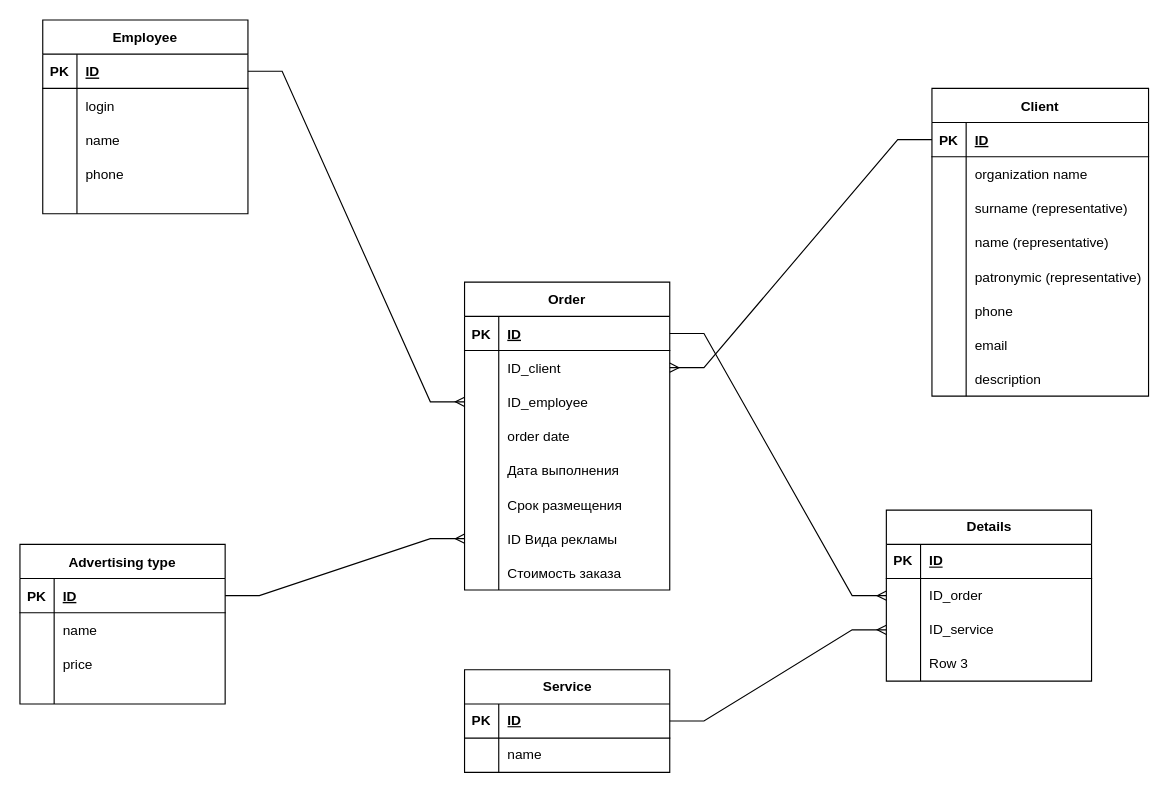
The draw.io diagram Курсовая.drawio in luckyfail777/-, before the edit. Source tidied: cells renumbered, new cells numbered last; positions are measured from the earlier drawing's top-left corner, leaving out a move shared by most shapes. Both pictures are drawn from the tidied source at 114%, with x=0, y=0 at pixel (19, 19).
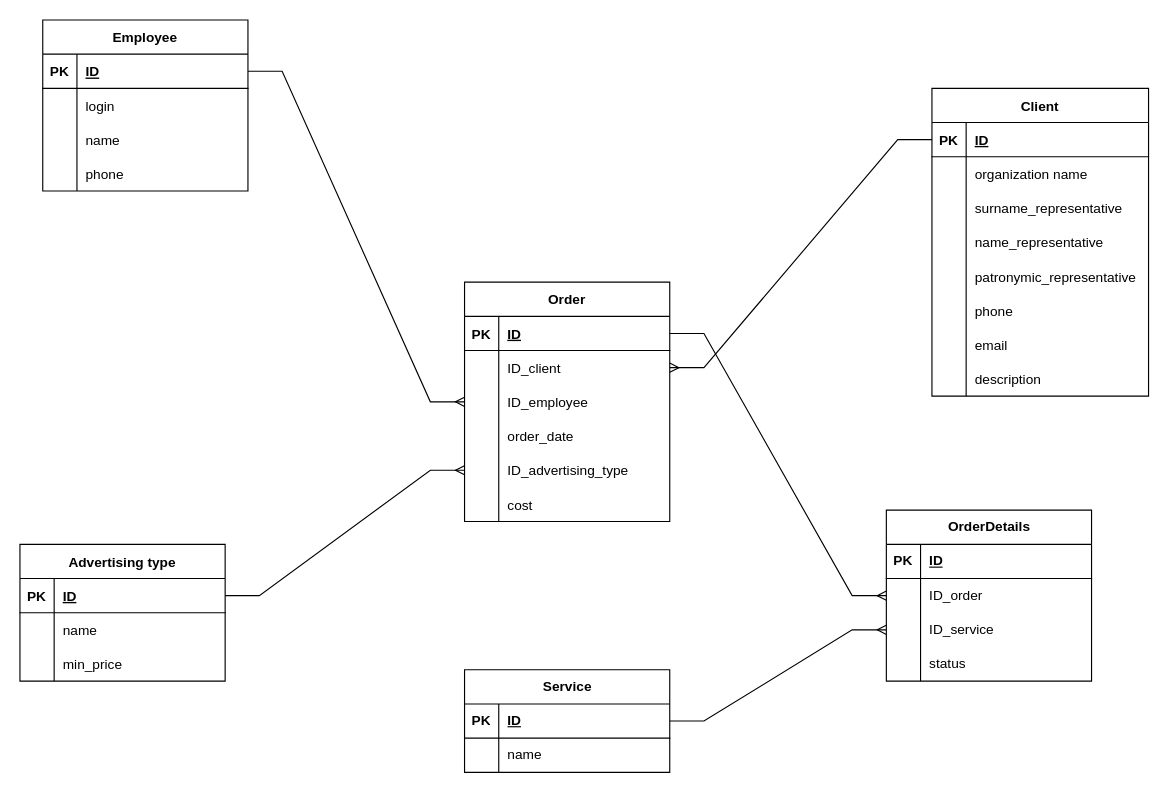
The same diagram, later.

Unchanged cells that the change refers to:
```xml
<mxCell id="25" style="shape=tableRow;horizontal=0;startSize=0;swimlaneHead=0;swimlaneBody=0;fillColor=none;top=0;left=0;right=0;bottom=0;" parent="18" vertex="1">
  <mxGeometry y="90" width="190" height="30" as="geometry" />
</mxCell>
<mxCell id="28" style="shape=tableRow;horizontal=0;startSize=0;swimlaneHead=0;swimlaneBody=0;fillColor=none;top=0;left=0;right=0;bottom=0;" parent="18" vertex="1">
  <mxGeometry y="120" width="190" height="30" as="geometry" />
</mxCell>
<mxCell id="31" style="shape=tableRow;horizontal=0;startSize=0;swimlaneHead=0;swimlaneBody=0;fillColor=none;top=0;left=0;right=0;bottom=0;" parent="18" vertex="1">
  <mxGeometry y="150" width="190" height="30" as="geometry" />
</mxCell>
<mxCell id="53" style="shape=tableRow;horizontal=0;startSize=0;swimlaneHead=0;swimlaneBody=0;fillColor=none;top=0;left=0;right=0;bottom=0;" parent="43" vertex="1">
  <mxGeometry y="120" width="180" height="30" as="geometry" />
</mxCell>
<mxCell id="75" style="shape=tableRow;horizontal=0;startSize=0;swimlaneHead=0;swimlaneBody=0;fillColor=none;top=0;left=0;right=0;bottom=0;" parent="68" vertex="1">
  <mxGeometry y="90" width="180" height="30" as="geometry" />
</mxCell>
<mxCell id="101" style="shape=tableRow;horizontal=0;startSize=0;swimlaneHead=0;swimlaneBody=0;fillColor=none;top=0;left=0;right=0;bottom=0;" parent="91" vertex="1">
  <mxGeometry y="120" width="180" height="30" as="geometry" />
</mxCell>
```

Diff of the diagram source:
```diff
@@
     <mxCell id="2" value="Employee" style="shape=table;startSize=30;childLayout=tableLayout;rowLines=0;fontStyle=1;align=center;" parent="1" vertex="1">
-      <mxGeometry x="20" width="180" height="170" as="geometry" />
+      <mxGeometry x="20" width="180" height="150" as="geometry" />
     </mxCell>
@@
-    <mxCell id="15" style="shape=tableRow;horizontal=0;startSize=0;swimlaneHead=0;swimlaneBody=0;fillColor=none;top=0;left=0;right=0;bottom=0;" parent="2" vertex="1">
-      <mxGeometry y="150" width="180" height="20" as="geometry" />
-    </mxCell>
-    <mxCell id="16" style="shape=partialRectangle;fillColor=none;top=0;left=0;bottom=0;right=0;overflow=hidden;" parent="15" vertex="1">
-      <mxGeometry width="30" height="20" as="geometry" />
-    </mxCell>
-    <mxCell id="17" style="shape=partialRectangle;fillColor=none;top=0;left=0;bottom=0;right=0;align=left;spacingLeft=6;overflow=hidden;" parent="15" vertex="1">
-      <mxGeometry x="30" width="150" height="20" as="geometry" />
-    </mxCell>
@@
-    <mxCell id="27" value="surname (representative)" style="shape=partialRectangle;fillColor=none;top=0;left=0;bottom=0;right=0;align=left;spacingLeft=6;overflow=hidden;" parent="25" vertex="1">
+    <mxCell id="27" value="surname_representative" style="shape=partialRectangle;fillColor=none;top=0;left=0;bottom=0;right=0;align=left;spacingLeft=6;overflow=hidden;" parent="25" vertex="1">
       <mxGeometry x="30" width="160" height="30" as="geometry" />
     </mxCell>
@@
-    <mxCell id="30" value="name (representative)" style="shape=partialRectangle;fillColor=none;top=0;left=0;bottom=0;right=0;align=left;spacingLeft=6;overflow=hidden;" parent="28" vertex="1">
+    <mxCell id="30" value="name_representative" style="shape=partialRectangle;fillColor=none;top=0;left=0;bottom=0;right=0;align=left;spacingLeft=6;overflow=hidden;" parent="28" vertex="1">
       <mxGeometry x="30" width="160" height="30" as="geometry" />
     </mxCell>
@@
-    <mxCell id="33" value="patronymic (representative)" style="shape=partialRectangle;fillColor=none;top=0;left=0;bottom=0;right=0;align=left;spacingLeft=6;overflow=hidden;" parent="31" vertex="1">
+    <mxCell id="33" value="patronymic_representative" style="shape=partialRectangle;fillColor=none;top=0;left=0;bottom=0;right=0;align=left;spacingLeft=6;overflow=hidden;" parent="31" vertex="1">
       <mxGeometry x="30" width="160" height="30" as="geometry" />
     </mxCell>
@@
     <mxCell id="43" value="Order" style="shape=table;startSize=30;childLayout=tableLayout;rowLines=0;fontStyle=1;align=center;" parent="1" vertex="1">
-      <mxGeometry x="390" y="230" width="180" height="270" as="geometry" />
+      <mxGeometry x="390" y="230" width="180" height="210" as="geometry" />
     </mxCell>
@@
-    <mxCell id="55" value="order date" style="shape=partialRectangle;fillColor=none;top=0;left=0;bottom=0;right=0;align=left;spacingLeft=6;overflow=hidden;" parent="53" vertex="1">
+    <mxCell id="55" value="order_date" style="shape=partialRectangle;fillColor=none;top=0;left=0;bottom=0;right=0;align=left;spacingLeft=6;overflow=hidden;" parent="53" vertex="1">
       <mxGeometry x="30" width="150" height="30" as="geometry" />
     </mxCell>
-    <mxCell id="56" style="shape=tableRow;horizontal=0;startSize=0;swimlaneHead=0;swimlaneBody=0;fillColor=none;top=0;left=0;right=0;bottom=0;" parent="43" vertex="1">
-      <mxGeometry y="150" width="180" height="30" as="geometry" />
-    </mxCell>
-    <mxCell id="57" style="shape=partialRectangle;fillColor=none;top=0;left=0;bottom=0;right=0;overflow=hidden;" parent="56" vertex="1">
-      <mxGeometry width="30" height="30" as="geometry" />
-    </mxCell>
-    <mxCell id="58" value="Дата выполнения" style="shape=partialRectangle;fillColor=none;top=0;left=0;bottom=0;right=0;align=left;spacingLeft=6;overflow=hidden;" parent="56" vertex="1">
-      <mxGeometry x="30" width="150" height="30" as="geometry" />
-    </mxCell>
-    <mxCell id="59" style="shape=tableRow;horizontal=0;startSize=0;swimlaneHead=0;swimlaneBody=0;fillColor=none;top=0;left=0;right=0;bottom=0;" parent="43" vertex="1">
-      <mxGeometry y="180" width="180" height="30" as="geometry" />
-    </mxCell>
-    <mxCell id="60" style="shape=partialRectangle;fillColor=none;top=0;left=0;bottom=0;right=0;overflow=hidden;" parent="59" vertex="1">
-      <mxGeometry width="30" height="30" as="geometry" />
-    </mxCell>
-    <mxCell id="61" value="Срок размещения" style="shape=partialRectangle;fillColor=none;top=0;left=0;bottom=0;right=0;align=left;spacingLeft=6;overflow=hidden;" parent="59" vertex="1">
-      <mxGeometry x="30" width="150" height="30" as="geometry" />
-    </mxCell>
     <mxCell id="62" style="shape=tableRow;horizontal=0;startSize=0;swimlaneHead=0;swimlaneBody=0;fillColor=none;points=[[0,0.5],[1,0.5]];portConstraint=eastwest;top=0;left=0;right=0;bottom=0;" parent="43" vertex="1">
-      <mxGeometry y="210" width="180" height="30" as="geometry" />
+      <mxGeometry y="150" width="180" height="30" as="geometry" />
     </mxCell>
@@
-    <mxCell id="64" value="ID Вида рекламы" style="shape=partialRectangle;fillColor=none;top=0;left=0;bottom=0;right=0;align=left;spacingLeft=6;overflow=hidden;" parent="62" vertex="1">
+    <mxCell id="64" value="ID_advertising_type" style="shape=partialRectangle;fillColor=none;top=0;left=0;bottom=0;right=0;align=left;spacingLeft=6;overflow=hidden;" parent="62" vertex="1">
       <mxGeometry x="30" width="150" height="30" as="geometry" />
     </mxCell>
     <mxCell id="65" style="shape=tableRow;horizontal=0;startSize=0;swimlaneHead=0;swimlaneBody=0;fillColor=none;top=0;left=0;right=0;bottom=0;" parent="43" vertex="1">
-      <mxGeometry y="240" width="180" height="30" as="geometry" />
+      <mxGeometry y="180" width="180" height="30" as="geometry" />
     </mxCell>
@@
-    <mxCell id="67" value="Стоимость заказа" style="shape=partialRectangle;fillColor=none;top=0;left=0;bottom=0;right=0;align=left;spacingLeft=6;overflow=hidden;" parent="65" vertex="1">
+    <mxCell id="67" value="cost" style="shape=partialRectangle;fillColor=none;top=0;left=0;bottom=0;right=0;align=left;spacingLeft=6;overflow=hidden;" parent="65" vertex="1">
       <mxGeometry x="30" width="150" height="30" as="geometry" />
     </mxCell>
     <mxCell id="68" value="Advertising type" style="shape=table;startSize=30;childLayout=tableLayout;rowLines=0;fontStyle=1;align=center;" parent="1" vertex="1">
-      <mxGeometry y="460" width="180" height="140" as="geometry" />
+      <mxGeometry y="460" width="180" height="120" as="geometry" />
     </mxCell>
@@
-    <mxCell id="77" value="price" style="shape=partialRectangle;fillColor=none;top=0;left=0;bottom=0;right=0;align=left;spacingLeft=6;overflow=hidden;" parent="75" vertex="1">
+    <mxCell id="77" value="min_price" style="shape=partialRectangle;fillColor=none;top=0;left=0;bottom=0;right=0;align=left;spacingLeft=6;overflow=hidden;" parent="75" vertex="1">
       <mxGeometry x="30" width="150" height="30" as="geometry" />
     </mxCell>
-    <mxCell id="78" style="shape=tableRow;horizontal=0;startSize=0;swimlaneHead=0;swimlaneBody=0;fillColor=none;top=0;left=0;right=0;bottom=0;" parent="68" vertex="1">
-      <mxGeometry y="120" width="180" height="20" as="geometry" />
-    </mxCell>
-    <mxCell id="79" style="shape=partialRectangle;fillColor=none;top=0;left=0;bottom=0;right=0;overflow=hidden;" parent="78" vertex="1">
-      <mxGeometry width="30" height="20" as="geometry" />
-    </mxCell>
-    <mxCell id="80" style="shape=partialRectangle;fillColor=none;top=0;left=0;bottom=0;right=0;align=left;spacingLeft=6;overflow=hidden;" parent="78" vertex="1">
-      <mxGeometry x="30" width="150" height="20" as="geometry" />
-    </mxCell>
@@
-    <mxCell id="91" value="Details" style="shape=table;startSize=30;childLayout=tableLayout;rowLines=0;fontStyle=1;align=center;html=1;" parent="1" vertex="1">
+    <mxCell id="91" value="OrderDetails" style="shape=table;startSize=30;childLayout=tableLayout;rowLines=0;fontStyle=1;align=center;html=1;" parent="1" vertex="1">
       <mxGeometry x="760" y="430" width="180" height="150" as="geometry" />
     </mxCell>
@@
-    <mxCell id="103" value="Row 3" style="shape=partialRectangle;fillColor=none;top=0;left=0;bottom=0;right=0;align=left;spacingLeft=6;overflow=hidden;whiteSpace=wrap;html=1;" parent="101" vertex="1">
+    <mxCell id="103" value="status" style="shape=partialRectangle;fillColor=none;top=0;left=0;bottom=0;right=0;align=left;spacingLeft=6;overflow=hidden;whiteSpace=wrap;html=1;" parent="101" vertex="1">
       <mxGeometry x="30" width="150" height="30" as="geometry" />
     </mxCell>
```
